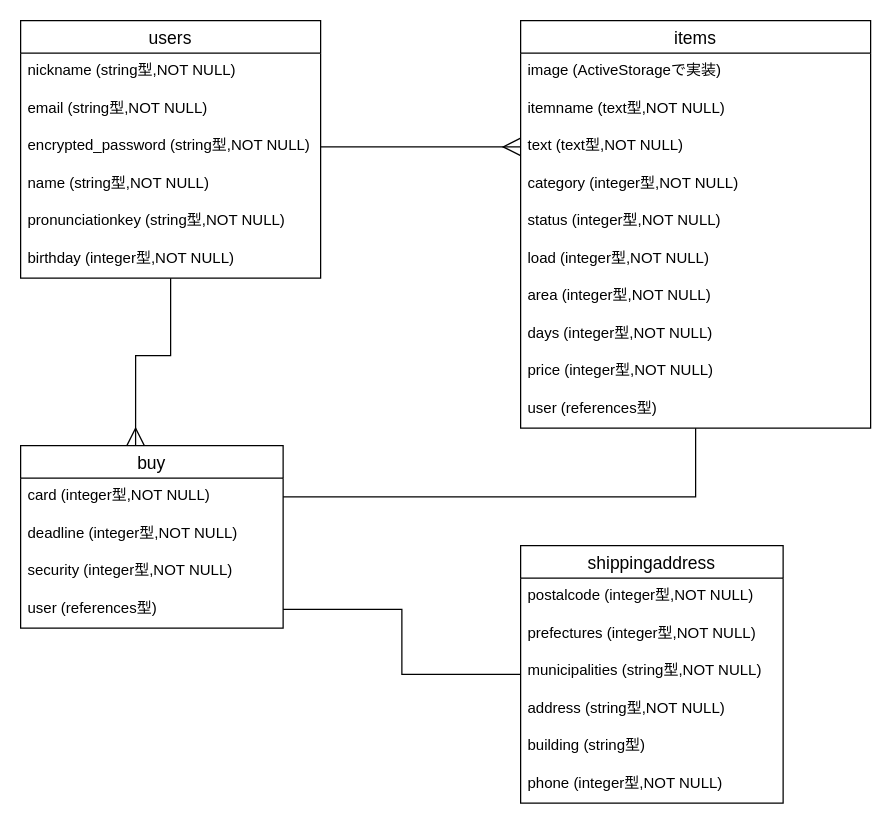
yutamiura7/furima-36425 keeps this draw.io diagram as furima.dio. Above is the earlier version. Source tidied: cells renumbered, new cells numbered last; positions are measured from the earlier drawing's top-left corner, leaving out a move shared by most shapes. Both pictures are drawn from the tidied source at 125%, with x=0, y=0 at pixel (20, 20).
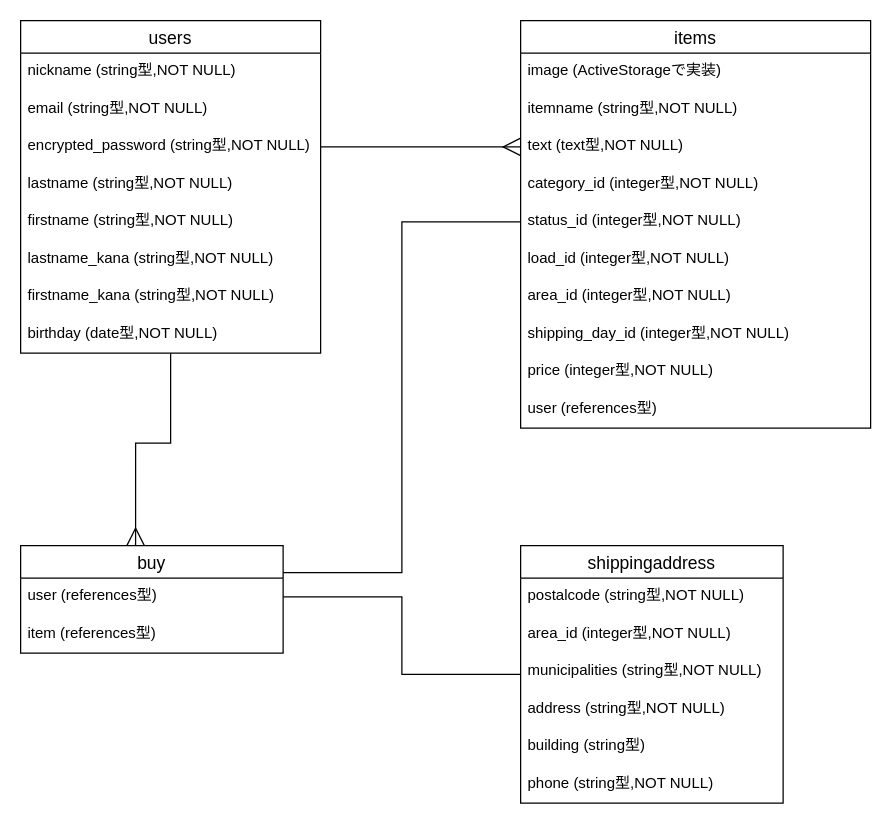
Above is the later version.

The change refers to these unchanged cells:
```xml
<mxCell id="11" value="items" style="swimlane;fontStyle=0;horizontal=1;startSize=26;align=center;fontSize=14;" parent="1" vertex="1">
  <mxGeometry x="400" width="280" height="326" as="geometry" />
</mxCell>
<mxCell id="28" value="shippingaddress" style="swimlane;fontStyle=0;horizontal=1;startSize=26;align=center;fontSize=14;" parent="1" vertex="1">
  <mxGeometry x="400" y="420" width="210" height="206" as="geometry" />
</mxCell>
```

The edit, as a diff of the source:
```diff
@@
     <mxCell id="3" value="users" style="swimlane;fontStyle=0;horizontal=1;startSize=26;align=center;fontSize=14;" parent="1" vertex="1">
-      <mxGeometry width="240" height="206" as="geometry" />
+      <mxGeometry width="240" height="266" as="geometry" />
     </mxCell>
@@
-    <mxCell id="7" value="name (string型,NOT NULL)" style="text;strokeColor=none;fillColor=none;spacingLeft=4;spacingRight=4;overflow=hidden;fontSize=12;" parent="3" vertex="1">
+    <mxCell id="7" value="lastname (string型,NOT NULL)" style="text;strokeColor=none;fillColor=none;spacingLeft=4;spacingRight=4;overflow=hidden;fontSize=12;" parent="3" vertex="1">
       <mxGeometry y="116" width="240" height="30" as="geometry" />
     </mxCell>
-    <mxCell id="8" value="pronunciationkey (string型,NOT NULL)" style="text;strokeColor=none;fillColor=none;spacingLeft=4;spacingRight=4;overflow=hidden;fontSize=12;" parent="3" vertex="1">
+    <mxCell id="8" value="firstname (string型,NOT NULL)" style="text;strokeColor=none;fillColor=none;spacingLeft=4;spacingRight=4;overflow=hidden;fontSize=12;" parent="3" vertex="1">
       <mxGeometry y="146" width="240" height="30" as="geometry" />
     </mxCell>
-    <mxCell id="9" value="birthday (integer型,NOT NULL)" style="text;strokeColor=none;fillColor=none;spacingLeft=4;spacingRight=4;overflow=hidden;fontSize=12;" parent="3" vertex="1">
+    <mxCell id="9" value="lastname_kana (string型,NOT NULL)" style="text;strokeColor=none;fillColor=none;spacingLeft=4;spacingRight=4;overflow=hidden;fontSize=12;" parent="3" vertex="1">
       <mxGeometry y="176" width="240" height="30" as="geometry" />
     </mxCell>
-    <mxCell id="10" style="edgeStyle=orthogonalEdgeStyle;rounded=0;jettySize=auto;html=1;entryX=1;entryY=0.5;entryDx=0;entryDy=0;endArrow=none;endFill=0;endSize=6;strokeWidth=1;" parent="1" edge="1" source="11" target="23">
-      <mxGeometry relative="1" as="geometry" />
-    </mxCell>
+    <mxCell id="36" value="firstname_kana (string型,NOT NULL)" style="text;strokeColor=none;fillColor=none;spacingLeft=4;spacingRight=4;overflow=hidden;fontSize=12;" parent="3" vertex="1">
+      <mxGeometry y="206" width="240" height="30" as="geometry" />
+    </mxCell>
+    <mxCell id="37" value="birthday (date型,NOT NULL)" style="text;strokeColor=none;fillColor=none;spacingLeft=4;spacingRight=4;overflow=hidden;fontSize=12;" parent="3" vertex="1">
+      <mxGeometry y="236" width="240" height="30" as="geometry" />
+    </mxCell>
@@
-    <mxCell id="13" value="itemname (text型,NOT NULL)" style="text;strokeColor=none;fillColor=none;spacingLeft=4;spacingRight=4;overflow=hidden;fontSize=12;" parent="11" vertex="1">
+    <mxCell id="13" value="itemname (string型,NOT NULL)" style="text;strokeColor=none;fillColor=none;spacingLeft=4;spacingRight=4;overflow=hidden;fontSize=12;" parent="11" vertex="1">
       <mxGeometry y="56" width="280" height="30" as="geometry" />
     </mxCell>
@@
-    <mxCell id="15" value="category (integer型,NOT NULL)" style="text;strokeColor=none;fillColor=none;spacingLeft=4;spacingRight=4;overflow=hidden;fontSize=12;" parent="11" vertex="1">
+    <mxCell id="15" value="category_id (integer型,NOT NULL)" style="text;strokeColor=none;fillColor=none;spacingLeft=4;spacingRight=4;overflow=hidden;fontSize=12;" parent="11" vertex="1">
       <mxGeometry y="116" width="280" height="30" as="geometry" />
     </mxCell>
-    <mxCell id="16" value="status (integer型,NOT NULL)" style="text;strokeColor=none;fillColor=none;spacingLeft=4;spacingRight=4;overflow=hidden;points=[[0,0.5],[1,0.5]];portConstraint=eastwest;fontSize=12;" parent="11" vertex="1">
+    <mxCell id="16" value="status_id (integer型,NOT NULL)" style="text;strokeColor=none;fillColor=none;spacingLeft=4;spacingRight=4;overflow=hidden;points=[[0,0.5],[1,0.5]];portConstraint=eastwest;fontSize=12;" parent="11" vertex="1">
       <mxGeometry y="146" width="280" height="30" as="geometry" />
     </mxCell>
-    <mxCell id="17" value="load (integer型,NOT NULL)" style="text;strokeColor=none;fillColor=none;spacingLeft=4;spacingRight=4;overflow=hidden;fontSize=12;" parent="11" vertex="1">
+    <mxCell id="17" value="load_id (integer型,NOT NULL)" style="text;strokeColor=none;fillColor=none;spacingLeft=4;spacingRight=4;overflow=hidden;fontSize=12;" parent="11" vertex="1">
       <mxGeometry y="176" width="280" height="30" as="geometry" />
     </mxCell>
-    <mxCell id="18" value="area (integer型,NOT NULL)" style="text;strokeColor=none;fillColor=none;spacingLeft=4;spacingRight=4;overflow=hidden;fontSize=12;" parent="11" vertex="1">
+    <mxCell id="18" value="area_id (integer型,NOT NULL)" style="text;strokeColor=none;fillColor=none;spacingLeft=4;spacingRight=4;overflow=hidden;fontSize=12;" parent="11" vertex="1">
       <mxGeometry y="206" width="280" height="30" as="geometry" />
     </mxCell>
-    <mxCell id="19" value="days (integer型,NOT NULL)" style="text;strokeColor=none;fillColor=none;spacingLeft=4;spacingRight=4;overflow=hidden;fontSize=12;" parent="11" vertex="1">
+    <mxCell id="19" value="shipping_day_id (integer型,NOT NULL)" style="text;strokeColor=none;fillColor=none;spacingLeft=4;spacingRight=4;overflow=hidden;fontSize=12;" parent="11" vertex="1">
       <mxGeometry y="236" width="280" height="30" as="geometry" />
     </mxCell>
@@
     <mxCell id="22" value="buy" style="swimlane;fontStyle=0;horizontal=1;startSize=26;align=center;fontSize=14;" parent="1" vertex="1">
-      <mxGeometry y="340" width="210" height="146" as="geometry" />
+      <mxGeometry y="420" width="210" height="86" as="geometry" />
     </mxCell>
-    <mxCell id="23" value="card (integer型,NOT NULL)" style="text;strokeColor=none;fillColor=none;spacingLeft=4;spacingRight=4;overflow=hidden;points=[[0,0.5],[1,0.5]];portConstraint=eastwest;fontSize=12;" parent="22" vertex="1">
-      <mxGeometry y="26" width="210" height="30" as="geometry" />
-    </mxCell>
-    <mxCell id="24" value="deadline (integer型,NOT NULL)" style="text;strokeColor=none;fillColor=none;spacingLeft=4;spacingRight=4;overflow=hidden;fontSize=12;" parent="22" vertex="1">
-      <mxGeometry y="56" width="210" height="30" as="geometry" />
-    </mxCell>
+    <mxCell id="26" value="user (references型)" style="text;strokeColor=none;fillColor=none;spacingLeft=4;spacingRight=4;overflow=hidden;points=[[0,0.5],[1,0.5]];portConstraint=eastwest;fontSize=12;" parent="22" vertex="1">
+      <mxGeometry y="26" width="210" height="30" as="geometry" />
+    </mxCell>
-    <mxCell id="25" value="security (integer型,NOT NULL)" style="text;strokeColor=none;fillColor=none;spacingLeft=4;spacingRight=4;overflow=hidden;fontSize=12;" parent="22" vertex="1">
-      <mxGeometry y="86" width="210" height="30" as="geometry" />
+    <mxCell id="25" value="item (references型)" style="text;strokeColor=none;fillColor=none;spacingLeft=4;spacingRight=4;overflow=hidden;fontSize=12;" parent="22" vertex="1">
+      <mxGeometry y="56" width="210" height="30" as="geometry" />
     </mxCell>
-    <mxCell id="26" value="user (references型)" style="text;strokeColor=none;fillColor=none;spacingLeft=4;spacingRight=4;overflow=hidden;points=[[0,0.5],[1,0.5]];portConstraint=eastwest;fontSize=12;" parent="22" vertex="1">
-      <mxGeometry y="116" width="210" height="30" as="geometry" />
-    </mxCell>
@@
-    <mxCell id="29" value="postalcode (integer型,NOT NULL)" style="text;strokeColor=none;fillColor=none;spacingLeft=4;spacingRight=4;overflow=hidden;fontSize=12;" parent="28" vertex="1">
+    <mxCell id="29" value="postalcode (string型,NOT NULL)" style="text;strokeColor=none;fillColor=none;spacingLeft=4;spacingRight=4;overflow=hidden;fontSize=12;" parent="28" vertex="1">
       <mxGeometry y="26" width="210" height="30" as="geometry" />
     </mxCell>
-    <mxCell id="30" value="prefectures (integer型,NOT NULL)" style="text;strokeColor=none;fillColor=none;spacingLeft=4;spacingRight=4;overflow=hidden;fontSize=12;" parent="28" vertex="1">
+    <mxCell id="30" value="area_id (integer型,NOT NULL)" style="text;strokeColor=none;fillColor=none;spacingLeft=4;spacingRight=4;overflow=hidden;fontSize=12;" parent="28" vertex="1">
       <mxGeometry y="56" width="210" height="30" as="geometry" />
     </mxCell>
@@
-    <mxCell id="34" value="phone (integer型,NOT NULL)" style="text;strokeColor=none;fillColor=none;spacingLeft=4;spacingRight=4;overflow=hidden;fontSize=12;" parent="28" vertex="1">
+    <mxCell id="34" value="phone (string型,NOT NULL)" style="text;strokeColor=none;fillColor=none;spacingLeft=4;spacingRight=4;overflow=hidden;fontSize=12;" parent="28" vertex="1">
       <mxGeometry y="176" width="210" height="30" as="geometry" />
     </mxCell>
@@
+    <mxCell id="38" style="edgeStyle=orthogonalEdgeStyle;rounded=0;jettySize=auto;html=1;entryX=1;entryY=0.25;entryDx=0;entryDy=0;endArrow=none;endFill=0;endSize=6;strokeWidth=1;" parent="1" edge="1" source="16" target="22">
+      <mxGeometry relative="1" as="geometry" />
+    </mxCell>
```
